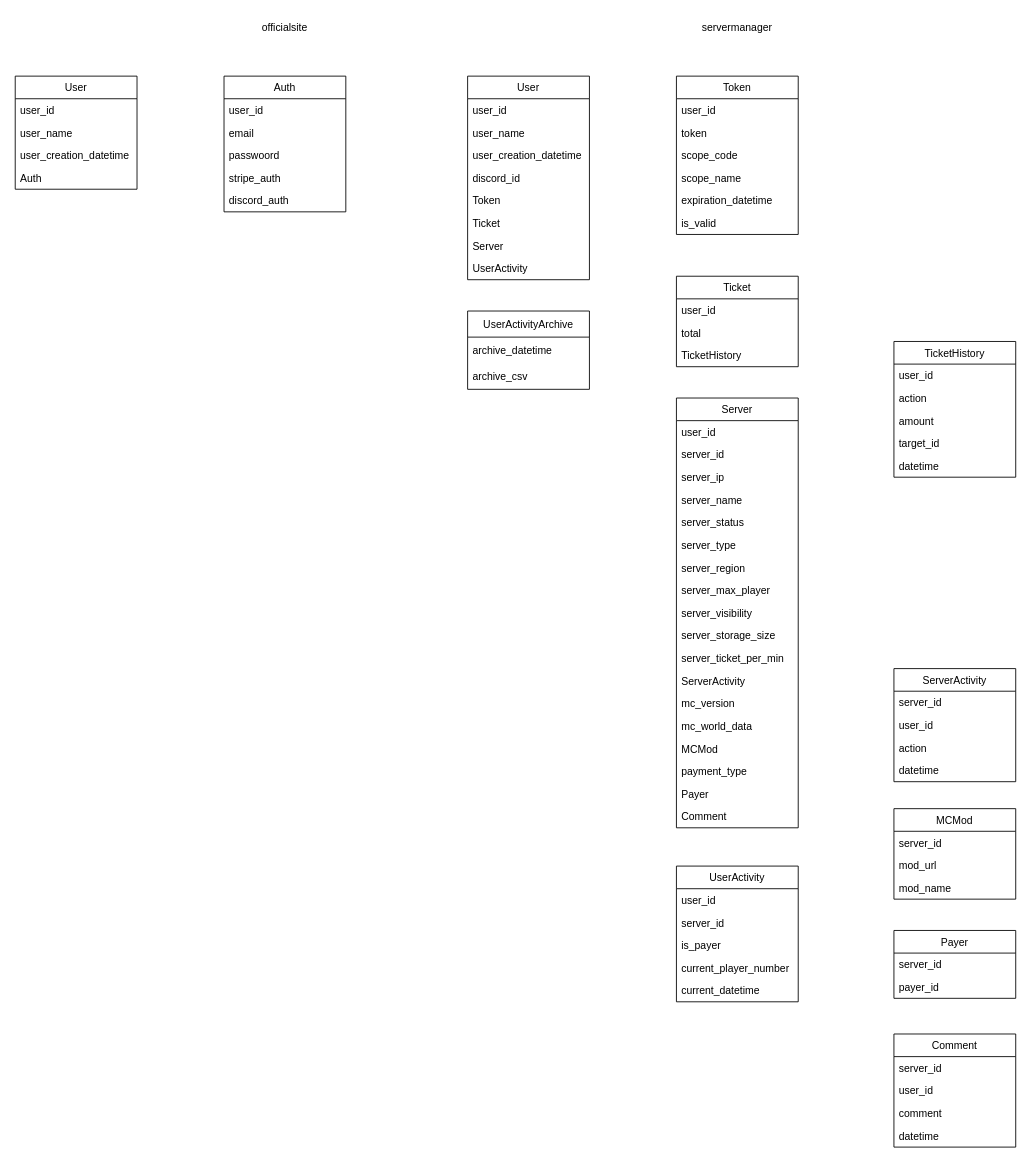
Earlier version of the draw.io diagram page "database" (1 of 2) of micrappu.drawio (tforce7171/MicraPPU-Planning). Source tidied: cells renumbered, new cells numbered last; positions are measured from the earlier drawing's top-left corner, leaving out a move shared by most shapes. Both pictures are drawn from the tidied source at 87%, with x=0, y=0 at pixel (15, 15).
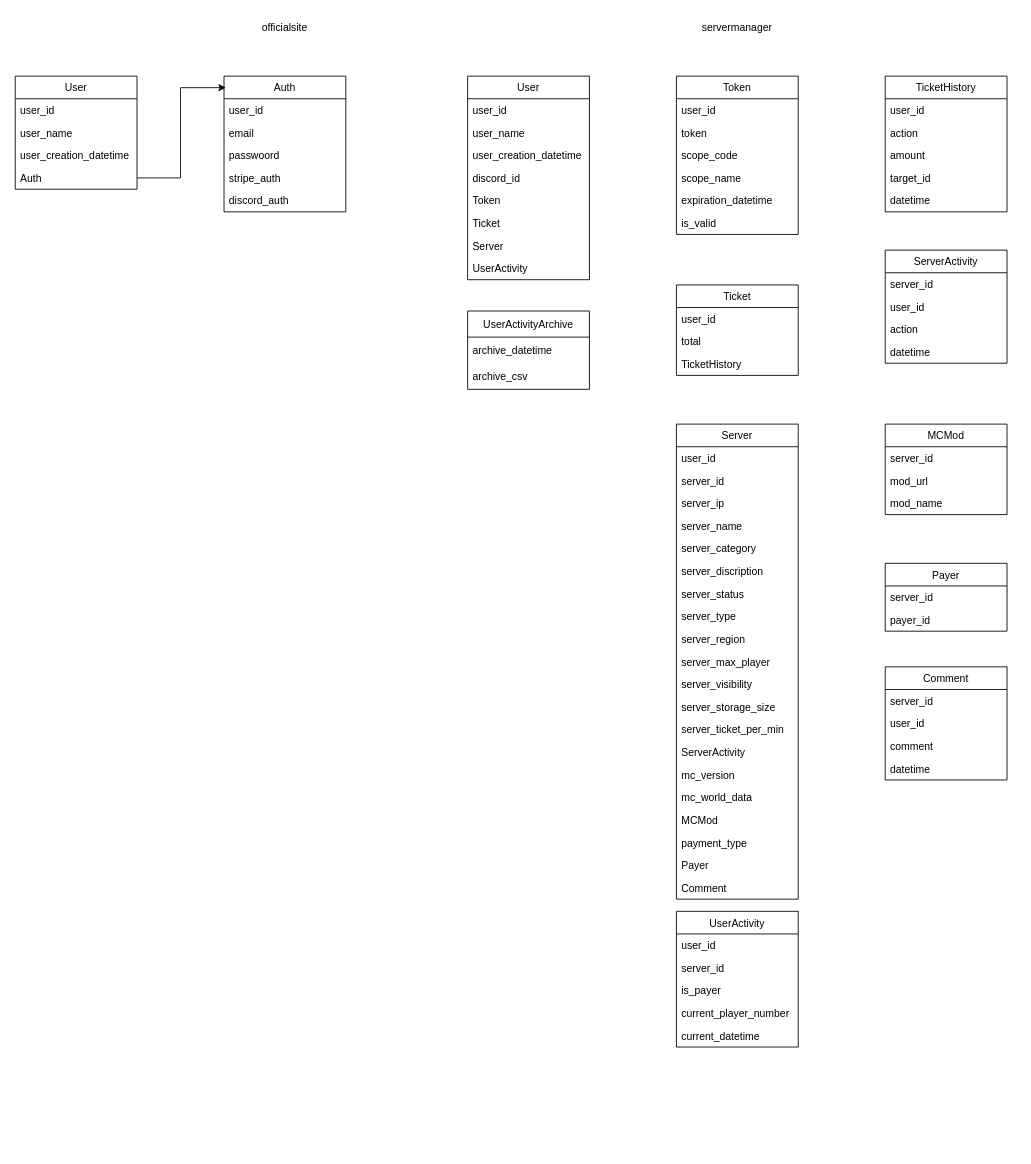
The same diagram, later.

Unchanged cells that the change refers to:
```xml
<mxCell id="6" value="Auth" style="text;strokeColor=none;fillColor=none;align=left;verticalAlign=top;spacingLeft=4;spacingRight=4;overflow=hidden;points=[[0,0.5],[1,0.5]];portConstraint=eastwest;" parent="2" vertex="1">
  <mxGeometry y="104" width="140" height="26" as="geometry" />
</mxCell>
<mxCell id="7" value="Auth" style="swimlane;fontStyle=0;horizontal=1;startSize=26;fillColor=#ffffff;gradientColor=none;" parent="1" vertex="1">
  <mxGeometry x="240" y="70" width="140" height="156" as="geometry" />
</mxCell>
```

The edit, as a diff of the source:
```diff
@@
     <mxCell id="20" value="Ticket" style="swimlane;fontStyle=0;horizontal=1;startSize=26;fillColor=#ffffff;gradientColor=none;" parent="1" vertex="1">
-      <mxGeometry x="760" y="300" width="140" height="104" as="geometry" />
+      <mxGeometry x="760" y="310" width="140" height="104" as="geometry" />
     </mxCell>
@@
     <mxCell id="24" value="TicketHistory" style="swimlane;fontStyle=0;horizontal=1;startSize=26;fillColor=#ffffff;gradientColor=none;" parent="1" vertex="1">
-      <mxGeometry x="1010" y="375" width="140" height="156" as="geometry" />
+      <mxGeometry x="1000" y="70" width="140" height="156" as="geometry" />
     </mxCell>
@@
     <mxCell id="30" value="Server" style="swimlane;fontStyle=0;horizontal=1;startSize=26;fillColor=#ffffff;gradientColor=none;" parent="1" vertex="1">
-      <mxGeometry x="760" y="440" width="140" height="494" as="geometry" />
+      <mxGeometry x="760" y="470" width="140" height="546" as="geometry" />
     </mxCell>
@@
+    <mxCell id="86" value="server_category" style="text;strokeColor=none;fillColor=none;align=left;verticalAlign=top;spacingLeft=4;spacingRight=4;overflow=hidden;" parent="30" vertex="1">
+      <mxGeometry y="130" width="140" height="26" as="geometry" />
+    </mxCell>
+    <mxCell id="87" value="server_discription" style="text;strokeColor=none;fillColor=none;align=left;verticalAlign=top;spacingLeft=4;spacingRight=4;overflow=hidden;" parent="30" vertex="1">
+      <mxGeometry y="156" width="140" height="26" as="geometry" />
+    </mxCell>
     <mxCell id="35" value="server_status" style="text;strokeColor=none;fillColor=none;align=left;verticalAlign=top;spacingLeft=4;spacingRight=4;overflow=hidden;" parent="30" vertex="1">
-      <mxGeometry y="130" width="140" height="26" as="geometry" />
+      <mxGeometry y="182" width="140" height="26" as="geometry" />
     </mxCell>
     <mxCell id="36" value="server_type" style="text;strokeColor=none;fillColor=none;align=left;verticalAlign=top;spacingLeft=4;spacingRight=4;overflow=hidden;" parent="30" vertex="1">
-      <mxGeometry y="156" width="140" height="26" as="geometry" />
+      <mxGeometry y="208" width="140" height="26" as="geometry" />
     </mxCell>
     <mxCell id="37" value="server_region" style="text;strokeColor=none;fillColor=none;align=left;verticalAlign=top;spacingLeft=4;spacingRight=4;overflow=hidden;" parent="30" vertex="1">
-      <mxGeometry y="182" width="140" height="26" as="geometry" />
+      <mxGeometry y="234" width="140" height="26" as="geometry" />
     </mxCell>
     <mxCell id="38" value="server_max_player" style="text;strokeColor=none;fillColor=none;align=left;verticalAlign=top;spacingLeft=4;spacingRight=4;overflow=hidden;" parent="30" vertex="1">
-      <mxGeometry y="208" width="140" height="26" as="geometry" />
+      <mxGeometry y="260" width="140" height="26" as="geometry" />
     </mxCell>
     <mxCell id="39" value="server_visibility" style="text;strokeColor=none;fillColor=none;align=left;verticalAlign=top;spacingLeft=4;spacingRight=4;overflow=hidden;" parent="30" vertex="1">
-      <mxGeometry y="234" width="140" height="26" as="geometry" />
+      <mxGeometry y="286" width="140" height="26" as="geometry" />
     </mxCell>
     <mxCell id="40" value="server_storage_size" style="text;strokeColor=none;fillColor=none;align=left;verticalAlign=top;spacingLeft=4;spacingRight=4;overflow=hidden;" parent="30" vertex="1">
-      <mxGeometry y="260" width="140" height="26" as="geometry" />
+      <mxGeometry y="312" width="140" height="26" as="geometry" />
     </mxCell>
     <mxCell id="41" value="server_ticket_per_min" style="text;strokeColor=none;fillColor=none;align=left;verticalAlign=top;spacingLeft=4;spacingRight=4;overflow=hidden;" parent="30" vertex="1">
-      <mxGeometry y="286" width="140" height="26" as="geometry" />
+      <mxGeometry y="338" width="140" height="26" as="geometry" />
     </mxCell>
     <mxCell id="42" value="ServerActivity" style="text;strokeColor=none;fillColor=none;align=left;verticalAlign=top;spacingLeft=4;spacingRight=4;overflow=hidden;" parent="30" vertex="1">
-      <mxGeometry y="312" width="140" height="26" as="geometry" />
+      <mxGeometry y="364" width="140" height="26" as="geometry" />
     </mxCell>
     <mxCell id="43" value="mc_version" style="text;strokeColor=none;fillColor=none;align=left;verticalAlign=top;spacingLeft=4;spacingRight=4;overflow=hidden;" parent="30" vertex="1">
-      <mxGeometry y="338" width="140" height="26" as="geometry" />
+      <mxGeometry y="390" width="140" height="26" as="geometry" />
     </mxCell>
     <mxCell id="44" value="mc_world_data" style="text;strokeColor=none;fillColor=none;align=left;verticalAlign=top;spacingLeft=4;spacingRight=4;overflow=hidden;" parent="30" vertex="1">
-      <mxGeometry y="364" width="140" height="26" as="geometry" />
+      <mxGeometry y="416" width="140" height="26" as="geometry" />
     </mxCell>
     <mxCell id="45" value="MCMod" style="text;strokeColor=none;fillColor=none;align=left;verticalAlign=top;spacingLeft=4;spacingRight=4;overflow=hidden;" parent="30" vertex="1">
-      <mxGeometry y="390" width="140" height="26" as="geometry" />
+      <mxGeometry y="442" width="140" height="26" as="geometry" />
     </mxCell>
     <mxCell id="46" value="payment_type" style="text;strokeColor=none;fillColor=none;align=left;verticalAlign=top;spacingLeft=4;spacingRight=4;overflow=hidden;" parent="30" vertex="1">
-      <mxGeometry y="416" width="140" height="26" as="geometry" />
+      <mxGeometry y="468" width="140" height="26" as="geometry" />
     </mxCell>
     <mxCell id="47" value="Payer" style="text;strokeColor=none;fillColor=none;align=left;verticalAlign=top;spacingLeft=4;spacingRight=4;overflow=hidden;" parent="30" vertex="1">
-      <mxGeometry y="442" width="140" height="26" as="geometry" />
+      <mxGeometry y="494" width="140" height="26" as="geometry" />
     </mxCell>
     <mxCell id="48" value="Comment" style="text;strokeColor=none;fillColor=none;align=left;verticalAlign=top;spacingLeft=4;spacingRight=4;overflow=hidden;" parent="30" vertex="1">
-      <mxGeometry y="468" width="140" height="26" as="geometry" />
+      <mxGeometry y="520" width="140" height="26" as="geometry" />
     </mxCell>
     <mxCell id="49" value="MCMod" style="swimlane;fontStyle=0;horizontal=1;startSize=26;fillColor=#ffffff;gradientColor=none;" parent="1" vertex="1">
-      <mxGeometry x="1010" y="912" width="140" height="104" as="geometry" />
+      <mxGeometry x="1000" y="470" width="140" height="104" as="geometry" />
     </mxCell>
@@
     <mxCell id="53" value="Payer" style="swimlane;fontStyle=0;horizontal=1;startSize=26;fillColor=#ffffff;gradientColor=none;" parent="1" vertex="1">
-      <mxGeometry x="1010" y="1052" width="140" height="78" as="geometry" />
+      <mxGeometry x="1000" y="630" width="140" height="78" as="geometry" />
     </mxCell>
@@
     <mxCell id="56" value="Comment" style="swimlane;fontStyle=0;horizontal=1;startSize=26;fillColor=#ffffff;gradientColor=none;" parent="1" vertex="1">
-      <mxGeometry x="1010" y="1171" width="140" height="130" as="geometry" />
+      <mxGeometry x="1000" y="749" width="140" height="130" as="geometry" />
     </mxCell>
@@
     <mxCell id="61" value="ServerActivity" style="swimlane;fontStyle=0;horizontal=1;startSize=26;fillColor=#ffffff;gradientColor=none;" parent="1" vertex="1">
-      <mxGeometry x="1010" y="751" width="140" height="130" as="geometry" />
+      <mxGeometry x="1000" y="270" width="140" height="130" as="geometry" />
     </mxCell>
@@
     <mxCell id="68" value="UserActivity" style="swimlane;fontStyle=0;horizontal=1;startSize=26;fillColor=#ffffff;gradientColor=none;" parent="1" vertex="1">
-      <mxGeometry x="760" y="978" width="140" height="156" as="geometry" />
+      <mxGeometry x="760" y="1030" width="140" height="156" as="geometry" />
     </mxCell>
@@
+    <mxCell id="88" style="edgeStyle=orthogonalEdgeStyle;rounded=0;jettySize=auto;html=1;entryX=0.015;entryY=0.085;entryDx=0;entryDy=0;entryPerimeter=0;" parent="1" edge="1" source="6" target="7">
+      <mxGeometry relative="1" as="geometry" />
+    </mxCell>
```
